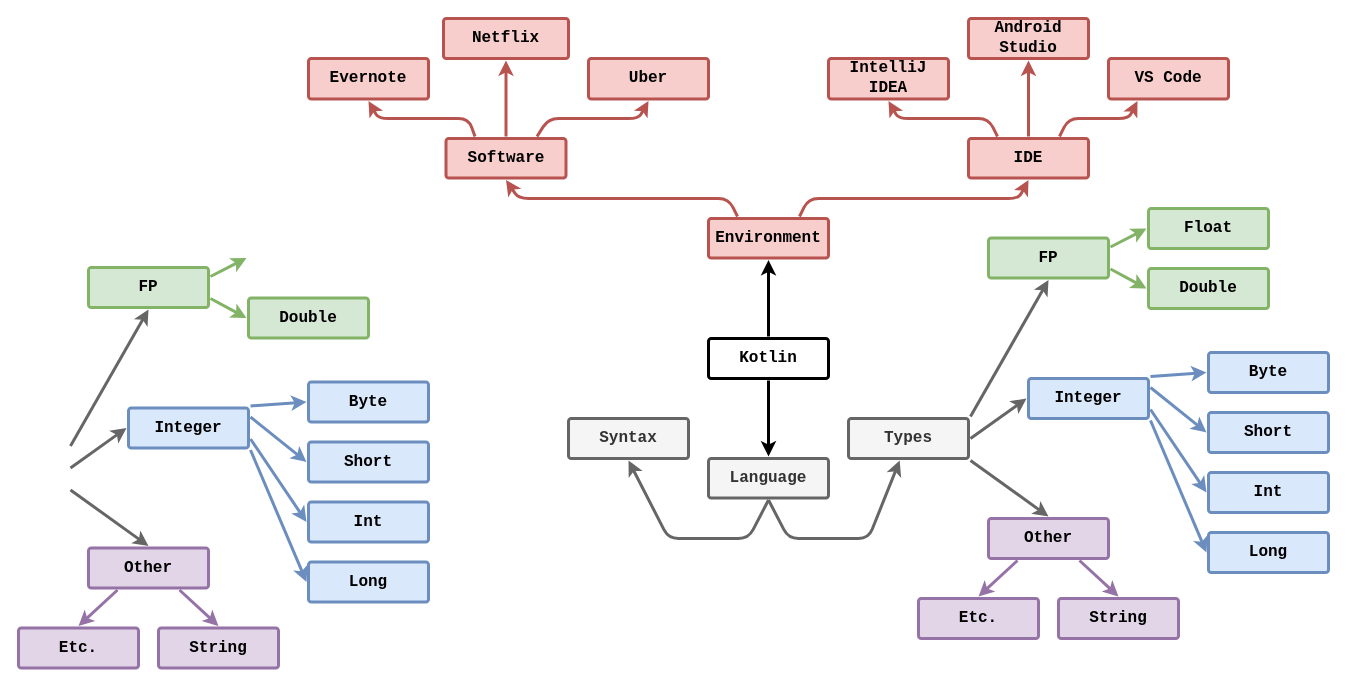
This is Диаграмма без названия.drawio from IvanKr08/Root-Certificate-Updater, a draw.io file, before an edit. Source tidied: cells renumbered, new cells numbered last; positions are measured from the earlier drawing's top-left corner, leaving out a move shared by most shapes. Both pictures are drawn from the tidied source at 100%, with x=0, y=0 at pixel (18, 18).
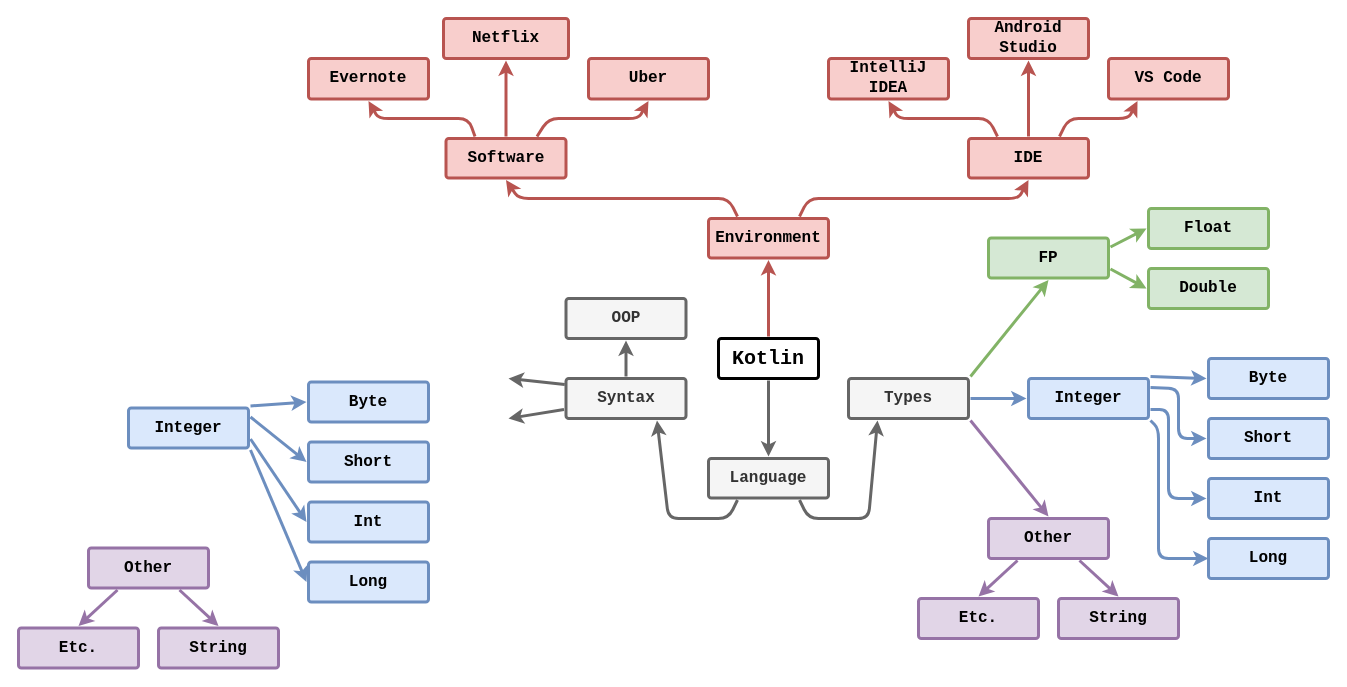
Above is the later version.

Unchanged cells that the change refers to:
```xml
<mxCell id="28" value="FP" style="rounded=1;whiteSpace=wrap;html=1;shadow=0;labelBackgroundColor=none;strokeColor=#82b366;strokeWidth=3;fillColor=#d5e8d4;fontFamily=Courier New;fontSize=16;align=center;spacing=5;fontStyle=1;arcSize=7;perimeterSpacing=2;" parent="1" vertex="1">
  <mxGeometry x="970" y="219.5" width="120" height="40" as="geometry" />
</mxCell>
<mxCell id="29" value="Integer" style="rounded=1;whiteSpace=wrap;html=1;shadow=0;labelBackgroundColor=none;strokeColor=#6c8ebf;strokeWidth=3;fillColor=#dae8fc;fontFamily=Courier New;fontSize=16;align=center;spacing=5;fontStyle=1;arcSize=7;perimeterSpacing=2;" parent="1" vertex="1">
  <mxGeometry x="1010" y="360" width="120" height="40" as="geometry" />
</mxCell>
<mxCell id="30" value="Other" style="rounded=1;whiteSpace=wrap;html=1;shadow=0;labelBackgroundColor=none;strokeColor=#9673a6;strokeWidth=3;fillColor=#e1d5e7;fontFamily=Courier New;fontSize=16;align=center;spacing=5;fontStyle=1;arcSize=7;perimeterSpacing=2;" parent="1" vertex="1">
  <mxGeometry x="970" y="500" width="120" height="40" as="geometry" />
</mxCell>
<mxCell id="53" value="Integer" style="rounded=1;whiteSpace=wrap;html=1;shadow=0;labelBackgroundColor=none;strokeColor=#6c8ebf;strokeWidth=3;fillColor=#dae8fc;fontFamily=Courier New;fontSize=16;align=center;spacing=5;fontStyle=1;arcSize=7;perimeterSpacing=2;" parent="1" vertex="1">
  <mxGeometry x="110" y="389.5" width="120" height="40" as="geometry" />
</mxCell>
<mxCell id="54" value="Other" style="rounded=1;whiteSpace=wrap;html=1;shadow=0;labelBackgroundColor=none;strokeColor=#9673a6;strokeWidth=3;fillColor=#e1d5e7;fontFamily=Courier New;fontSize=16;align=center;spacing=5;fontStyle=1;arcSize=7;perimeterSpacing=2;" parent="1" vertex="1">
  <mxGeometry x="70" y="529.5" width="120" height="40" as="geometry" />
</mxCell>
```

The edit, as a diff of the source:
```diff
@@
-    <mxCell id="3" style="edgeStyle=none;rounded=1;jumpStyle=none;html=1;shadow=0;labelBackgroundColor=none;startArrow=none;startFill=0;endArrow=classic;endFill=1;jettySize=auto;strokeColor=#666666;strokeWidth=3;fontFamily=Courier New;fontSize=16;fontColor=default;spacing=5;fontStyle=1;exitX=0.5;exitY=1;exitDx=0;exitDy=0;fillColor=#f5f5f5;" parent="1" edge="1" source="27" target="13">
+    <mxCell id="3" style="edgeStyle=none;rounded=1;jumpStyle=none;html=1;shadow=0;labelBackgroundColor=none;startArrow=none;startFill=0;endArrow=classic;endFill=1;jettySize=auto;strokeColor=#666666;strokeWidth=3;fontFamily=Courier New;fontSize=16;fontColor=default;spacing=5;fontStyle=1;fillColor=#f5f5f5;entryX=0.25;entryY=1;entryDx=0;entryDy=0;exitX=0.75;exitY=1;exitDx=0;exitDy=0;" parent="1" edge="1" source="27" target="13">
       <mxGeometry relative="1" as="geometry">
         <Array as="points">
-          <mxPoint x="770" y="520" />
-          <mxPoint x="850" y="520" />
+          <mxPoint x="790" y="500" />
+          <mxPoint x="850" y="500" />
         </Array>
       </mxGeometry>
     </mxCell>
-    <mxCell id="4" style="edgeStyle=none;rounded=1;jumpStyle=none;html=1;shadow=0;labelBackgroundColor=none;startArrow=none;startFill=0;endArrow=classic;endFill=1;jettySize=auto;strokeWidth=3;fontFamily=Courier New;fontSize=16;fontColor=default;spacing=5;fontStyle=1;entryX=0.5;entryY=0;entryDx=0;entryDy=0;" parent="1" edge="1" source="5" target="27">
+    <mxCell id="4" style="edgeStyle=none;rounded=1;jumpStyle=none;html=1;shadow=0;labelBackgroundColor=none;startArrow=none;startFill=0;endArrow=classic;endFill=1;jettySize=auto;strokeWidth=3;fontFamily=Courier New;fontSize=16;fontColor=default;spacing=5;fontStyle=1;entryX=0.5;entryY=0;entryDx=0;entryDy=0;fillColor=#f5f5f5;strokeColor=#666666;" parent="1" edge="1" source="5" target="27">
       <mxGeometry relative="1" as="geometry" />
     </mxCell>
-    <mxCell id="5" value="Kotlin" style="rounded=1;whiteSpace=wrap;html=1;shadow=0;labelBackgroundColor=none;strokeWidth=3;fontFamily=Courier New;fontSize=16;align=center;fontStyle=1;spacing=5;arcSize=7;perimeterSpacing=2;" parent="1" vertex="1">
-      <mxGeometry x="690" y="320" width="120" height="40" as="geometry" />
+    <mxCell id="5" value="Kotlin" style="rounded=1;whiteSpace=wrap;html=1;shadow=0;labelBackgroundColor=none;strokeWidth=3;fontFamily=Courier New;fontSize=20;align=center;fontStyle=1;spacing=5;arcSize=7;perimeterSpacing=2;" parent="1" vertex="1">
+      <mxGeometry x="700" y="320" width="100" height="40" as="geometry" />
     </mxCell>
@@
     <mxCell id="13" value="Types" style="rounded=1;whiteSpace=wrap;html=1;shadow=0;labelBackgroundColor=none;strokeWidth=3;fontFamily=Courier New;fontSize=16;align=center;spacing=5;fontStyle=1;arcSize=7;perimeterSpacing=2;fillColor=#f5f5f5;strokeColor=#666666;fontColor=#333333;" parent="1" vertex="1">
-      <mxGeometry x="830" y="400" width="120" height="40" as="geometry" />
+      <mxGeometry x="830" y="360" width="120" height="40" as="geometry" />
     </mxCell>
-    <mxCell id="14" style="edgeStyle=none;rounded=1;jumpStyle=none;html=1;shadow=0;labelBackgroundColor=none;startArrow=none;startFill=0;jettySize=auto;strokeWidth=3;fontFamily=Courier New;fontSize=16;fontColor=default;spacing=5;fontStyle=1;exitX=1;exitY=1;exitDx=0;exitDy=0;entryX=0.5;entryY=0;entryDx=0;entryDy=0;fillColor=#f5f5f5;strokeColor=#666666;" parent="1" edge="1" source="13" target="30">
+    <mxCell id="14" style="edgeStyle=none;rounded=1;jumpStyle=none;html=1;shadow=0;labelBackgroundColor=none;startArrow=none;startFill=0;jettySize=auto;strokeWidth=3;fontFamily=Courier New;fontSize=16;fontColor=default;spacing=5;fontStyle=1;exitX=1;exitY=1;exitDx=0;exitDy=0;entryX=0.5;entryY=0;entryDx=0;entryDy=0;fillColor=#e1d5e7;strokeColor=#9673a6;" parent="1" edge="1" source="13" target="30">
       <mxGeometry relative="1" as="geometry" />
     </mxCell>
-    <mxCell id="15" style="edgeStyle=none;rounded=1;jumpStyle=none;html=1;shadow=0;labelBackgroundColor=none;startArrow=none;startFill=0;jettySize=auto;strokeWidth=3;fontFamily=Courier New;fontSize=16;fontColor=default;spacing=5;fontStyle=1;exitX=1;exitY=0.5;exitDx=0;exitDy=0;entryX=0;entryY=0.5;entryDx=0;entryDy=0;fillColor=#f5f5f5;strokeColor=#666666;" parent="1" edge="1" source="13" target="29">
+    <mxCell id="15" style="edgeStyle=none;rounded=1;jumpStyle=none;html=1;shadow=0;labelBackgroundColor=none;startArrow=none;startFill=0;jettySize=auto;strokeWidth=3;fontFamily=Courier New;fontSize=16;fontColor=default;spacing=5;fontStyle=1;exitX=1;exitY=0.5;exitDx=0;exitDy=0;entryX=0;entryY=0.5;entryDx=0;entryDy=0;fillColor=#dae8fc;strokeColor=#6c8ebf;" parent="1" edge="1" source="13" target="29">
       <mxGeometry relative="1" as="geometry" />
     </mxCell>
-    <mxCell id="16" style="edgeStyle=none;rounded=1;jumpStyle=none;html=1;shadow=0;labelBackgroundColor=none;startArrow=none;startFill=0;jettySize=auto;strokeWidth=3;fontFamily=Courier New;fontSize=16;fontColor=default;spacing=5;fontStyle=1;entryX=0.5;entryY=1;entryDx=0;entryDy=0;exitX=1;exitY=0;exitDx=0;exitDy=0;fillColor=#f5f5f5;strokeColor=#666666;" parent="1" edge="1" source="13" target="28">
+    <mxCell id="16" style="edgeStyle=none;rounded=1;jumpStyle=none;html=1;shadow=0;labelBackgroundColor=none;startArrow=none;startFill=0;jettySize=auto;strokeWidth=3;fontFamily=Courier New;fontSize=16;fontColor=default;spacing=5;fontStyle=1;entryX=0.5;entryY=1;entryDx=0;entryDy=0;exitX=1;exitY=0;exitDx=0;exitDy=0;fillColor=#d5e8d4;strokeColor=#82b366;" parent="1" edge="1" source="13" target="28">
       <mxGeometry relative="1" as="geometry" />
     </mxCell>
-    <mxCell id="17" style="edgeStyle=none;rounded=1;jumpStyle=none;html=1;shadow=0;labelBackgroundColor=none;startArrow=none;startFill=0;endArrow=classic;endFill=1;jettySize=auto;strokeWidth=3;fontFamily=Courier New;fontSize=16;fontColor=default;spacing=5;fontStyle=1;exitX=0.5;exitY=0;exitDx=0;exitDy=0;entryX=0.5;entryY=1;entryDx=0;entryDy=0;" parent="1" edge="1" source="5" target="18">
+    <mxCell id="17" style="edgeStyle=none;rounded=1;jumpStyle=none;html=1;shadow=0;labelBackgroundColor=none;startArrow=none;startFill=0;endArrow=classic;endFill=1;jettySize=auto;strokeWidth=3;fontFamily=Courier New;fontSize=16;fontColor=default;spacing=5;fontStyle=1;exitX=0.5;exitY=0;exitDx=0;exitDy=0;entryX=0.5;entryY=1;entryDx=0;entryDy=0;fillColor=#f8cecc;strokeColor=#b85450;" parent="1" edge="1" source="5" target="18">
       <mxGeometry relative="1" as="geometry" />
     </mxCell>
-    <mxCell id="18" value="Environment" style="rounded=1;whiteSpace=wrap;html=1;shadow=0;labelBackgroundColor=none;strokeColor=#b85450;strokeWidth=3;fillColor=#f8cecc;fontFamily=Courier New;fontSize=16;align=center;spacing=5;fontStyle=1;arcSize=7;perimeterSpacing=2;" parent="1" vertex="1">
+    <mxCell id="18" value="Environment" style="rounded=1;whiteSpace=wrap;html=1;shadow=0;labelBackgroundColor=none;strokeWidth=3;fontFamily=Courier New;fontSize=16;align=center;spacing=5;fontStyle=1;arcSize=7;perimeterSpacing=2;fillColor=#f8cecc;strokeColor=#b85450;" parent="1" vertex="1">
       <mxGeometry x="690" y="200" width="120" height="39.5" as="geometry" />
     </mxCell>
@@
-    <mxCell id="27" value="Language" style="rounded=1;whiteSpace=wrap;html=1;shadow=0;labelBackgroundColor=none;strokeColor=#666666;strokeWidth=3;fillColor=#f5f5f5;fontFamily=Courier New;fontSize=16;fontColor=#333333;align=center;spacing=5;fontStyle=1;arcSize=7;perimeterSpacing=2;" parent="1" vertex="1">
+    <mxCell id="27" value="Language" style="rounded=1;whiteSpace=wrap;html=1;shadow=0;labelBackgroundColor=none;strokeWidth=3;fontFamily=Courier New;fontSize=16;align=center;spacing=5;fontStyle=1;arcSize=7;perimeterSpacing=2;fillColor=#f5f5f5;fontColor=#333333;strokeColor=#666666;" parent="1" vertex="1">
       <mxGeometry x="690" y="440" width="120" height="39.5" as="geometry" />
     </mxCell>
@@
     <mxCell id="35" value="Short" style="rounded=1;whiteSpace=wrap;html=1;shadow=0;labelBackgroundColor=none;strokeColor=#6c8ebf;strokeWidth=3;fillColor=#dae8fc;fontFamily=Courier New;fontSize=16;align=center;spacing=5;fontStyle=1;arcSize=7;perimeterSpacing=2;" parent="1" vertex="1">
-      <mxGeometry x="1190" y="394" width="120" height="40" as="geometry" />
+      <mxGeometry x="1190" y="400" width="120" height="40" as="geometry" />
     </mxCell>
     <mxCell id="36" value="Byte" style="rounded=1;whiteSpace=wrap;html=1;shadow=0;labelBackgroundColor=none;strokeColor=#6c8ebf;strokeWidth=3;fillColor=#dae8fc;fontFamily=Courier New;fontSize=16;align=center;spacing=5;fontStyle=1;arcSize=7;perimeterSpacing=2;" parent="1" vertex="1">
-      <mxGeometry x="1190" y="334" width="120" height="40" as="geometry" />
+      <mxGeometry x="1190" y="340" width="120" height="40" as="geometry" />
     </mxCell>
     <mxCell id="37" style="edgeStyle=none;rounded=1;jumpStyle=none;html=1;shadow=0;labelBackgroundColor=none;startArrow=none;startFill=0;jettySize=auto;strokeColor=#6c8ebf;strokeWidth=3;fontFamily=Courier New;fontSize=16;fontColor=default;spacing=5;fontStyle=1;fillColor=#dae8fc;exitX=1;exitY=0.25;exitDx=0;exitDy=0;entryX=0;entryY=0.5;entryDx=0;entryDy=0;" parent="1" edge="1" source="29" target="35">
-      <mxGeometry relative="1" as="geometry" />
+      <mxGeometry relative="1" as="geometry">
+        <Array as="points">
+          <mxPoint x="1160" y="370" />
+          <mxPoint x="1160" y="420" />
+        </Array>
+      </mxGeometry>
     </mxCell>
@@
     <mxCell id="39" value="Long" style="rounded=1;whiteSpace=wrap;html=1;shadow=0;labelBackgroundColor=none;strokeColor=#6c8ebf;strokeWidth=3;fillColor=#dae8fc;fontFamily=Courier New;fontSize=16;align=center;spacing=5;fontStyle=1;arcSize=7;perimeterSpacing=2;" parent="1" vertex="1">
-      <mxGeometry x="1190" y="514" width="120" height="40" as="geometry" />
+      <mxGeometry x="1190" y="520" width="120" height="40" as="geometry" />
     </mxCell>
     <mxCell id="40" value="Int" style="rounded=1;whiteSpace=wrap;html=1;shadow=0;labelBackgroundColor=none;strokeColor=#6c8ebf;strokeWidth=3;fillColor=#dae8fc;fontFamily=Courier New;fontSize=16;align=center;spacing=5;fontStyle=1;arcSize=7;perimeterSpacing=2;" parent="1" vertex="1">
-      <mxGeometry x="1190" y="454" width="120" height="40" as="geometry" />
+      <mxGeometry x="1190" y="460" width="120" height="40" as="geometry" />
     </mxCell>
-    <mxCell id="41" style="edgeStyle=none;rounded=1;jumpStyle=none;html=1;shadow=0;labelBackgroundColor=none;startArrow=none;startFill=0;jettySize=auto;strokeColor=#6c8ebf;strokeWidth=3;fontFamily=Courier New;fontSize=16;fontColor=default;spacing=5;fontStyle=1;fillColor=#dae8fc;exitX=1;exitY=1;exitDx=0;exitDy=0;entryX=0;entryY=0.5;entryDx=0;entryDy=0;" parent="1" edge="1" source="29" target="39">
-      <mxGeometry relative="1" as="geometry" />
+    <mxCell id="41" style="edgeStyle=none;rounded=1;jumpStyle=none;html=1;shadow=0;labelBackgroundColor=none;startArrow=none;startFill=0;jettySize=auto;strokeColor=#6c8ebf;strokeWidth=3;fontFamily=Courier New;fontSize=16;fontColor=default;spacing=5;fontStyle=1;fillColor=#dae8fc;exitX=1;exitY=1;exitDx=0;exitDy=0;entryX=0.016;entryY=0.5;entryDx=0;entryDy=0;entryPerimeter=0;" parent="1" edge="1" source="29" target="39">
+      <mxGeometry relative="1" as="geometry">
+        <Array as="points">
+          <mxPoint x="1140" y="410" />
+          <mxPoint x="1140" y="540" />
+        </Array>
+      </mxGeometry>
     </mxCell>
     <mxCell id="42" style="edgeStyle=none;rounded=1;jumpStyle=none;html=1;shadow=0;labelBackgroundColor=none;startArrow=none;startFill=0;jettySize=auto;strokeColor=#6c8ebf;strokeWidth=3;fontFamily=Courier New;fontSize=16;fontColor=default;spacing=5;fontStyle=1;fillColor=#dae8fc;exitX=1;exitY=0.75;exitDx=0;exitDy=0;entryX=0;entryY=0.5;entryDx=0;entryDy=0;" parent="1" edge="1" source="29" target="40">
-      <mxGeometry relative="1" as="geometry" />
+      <mxGeometry relative="1" as="geometry">
+        <Array as="points">
+          <mxPoint x="1150" y="391" />
+          <mxPoint x="1150" y="420" />
+          <mxPoint x="1150" y="480" />
+        </Array>
+      </mxGeometry>
     </mxCell>
@@
-    <mxCell id="47" value="Syntax" style="rounded=1;whiteSpace=wrap;html=1;shadow=0;labelBackgroundColor=none;strokeColor=#666666;strokeWidth=3;fillColor=#f5f5f5;fontFamily=Courier New;fontSize=16;fontColor=#333333;align=center;spacing=5;fontStyle=1;arcSize=7;perimeterSpacing=2;" parent="1" vertex="1">
-      <mxGeometry x="550" y="400" width="120" height="40" as="geometry" />
+    <mxCell id="47" value="Syntax" style="rounded=1;whiteSpace=wrap;html=1;shadow=0;labelBackgroundColor=none;strokeColor=#666666;strokeWidth=3;fillColor=#f5f5f5;fontFamily=Courier New;fontSize=16;align=center;spacing=5;fontStyle=1;arcSize=7;perimeterSpacing=2;fontColor=#333333;" parent="1" vertex="1">
+      <mxGeometry x="547.5" y="360" width="120" height="40" as="geometry" />
     </mxCell>
-    <mxCell id="48" style="edgeStyle=none;rounded=1;jumpStyle=none;html=1;shadow=0;labelBackgroundColor=none;startArrow=none;startFill=0;endArrow=classic;endFill=1;jettySize=auto;strokeColor=#666666;strokeWidth=3;fontFamily=Courier New;fontSize=16;fontColor=default;spacing=5;fontStyle=1;exitX=0.5;exitY=1;exitDx=0;exitDy=0;entryX=0.5;entryY=1;entryDx=0;entryDy=0;fillColor=#f5f5f5;" parent="1" edge="1" source="27" target="47">
+    <mxCell id="48" style="edgeStyle=none;rounded=1;jumpStyle=none;html=1;shadow=0;labelBackgroundColor=none;startArrow=none;startFill=0;endArrow=classic;endFill=1;jettySize=auto;strokeColor=#666666;strokeWidth=3;fontFamily=Courier New;fontSize=16;fontColor=default;spacing=5;fontStyle=1;entryX=0.75;entryY=1;entryDx=0;entryDy=0;fillColor=#f5f5f5;exitX=0.25;exitY=1;exitDx=0;exitDy=0;" parent="1" edge="1" source="27" target="47">
       <mxGeometry relative="1" as="geometry">
         <Array as="points">
-          <mxPoint x="730" y="520" />
-          <mxPoint x="650" y="520" />
+          <mxPoint x="710" y="500" />
+          <mxPoint x="650" y="500" />
         </Array>
       </mxGeometry>
     </mxCell>
-    <mxCell id="49" style="edgeStyle=none;rounded=1;jumpStyle=none;html=1;shadow=0;labelBackgroundColor=none;startArrow=none;startFill=0;jettySize=auto;strokeWidth=3;fontFamily=Courier New;fontSize=16;fontColor=default;spacing=5;fontStyle=1;exitX=1;exitY=1;exitDx=0;exitDy=0;entryX=0.5;entryY=0;entryDx=0;entryDy=0;fillColor=#f5f5f5;strokeColor=#666666;" parent="1" edge="1" target="54">
+    <mxCell id="49" style="edgeStyle=none;rounded=1;jumpStyle=none;html=1;shadow=0;labelBackgroundColor=none;startArrow=none;startFill=0;jettySize=auto;strokeWidth=3;fontFamily=Courier New;fontSize=16;fontColor=default;spacing=5;fontStyle=1;exitX=0;exitY=0.75;exitDx=0;exitDy=0;fillColor=#f5f5f5;strokeColor=#666666;" parent="1" edge="1" source="47">
       <mxGeometry relative="1" as="geometry">
-        <mxPoint x="52" y="471.5" as="sourcePoint" />
+        <mxPoint x="490" y="400" as="targetPoint" />
       </mxGeometry>
     </mxCell>
-    <mxCell id="50" style="edgeStyle=none;rounded=1;jumpStyle=none;html=1;shadow=0;labelBackgroundColor=none;startArrow=none;startFill=0;jettySize=auto;strokeWidth=3;fontFamily=Courier New;fontSize=16;fontColor=default;spacing=5;fontStyle=1;exitX=1;exitY=0.5;exitDx=0;exitDy=0;entryX=0;entryY=0.5;entryDx=0;entryDy=0;fillColor=#f5f5f5;strokeColor=#666666;" parent="1" edge="1" target="53">
+    <mxCell id="50" style="edgeStyle=none;rounded=1;jumpStyle=none;html=1;shadow=0;labelBackgroundColor=none;startArrow=none;startFill=0;jettySize=auto;strokeWidth=3;fontFamily=Courier New;fontSize=16;fontColor=default;spacing=5;fontStyle=1;exitX=0.006;exitY=0.182;exitDx=0;exitDy=0;fillColor=#f5f5f5;strokeColor=#666666;exitPerimeter=0;" parent="1" edge="1" source="47">
       <mxGeometry relative="1" as="geometry">
-        <mxPoint x="52" y="449.5" as="sourcePoint" />
+        <mxPoint x="490" y="360" as="targetPoint" />
       </mxGeometry>
     </mxCell>
-    <mxCell id="51" style="edgeStyle=none;rounded=1;jumpStyle=none;html=1;shadow=0;labelBackgroundColor=none;startArrow=none;startFill=0;jettySize=auto;strokeWidth=3;fontFamily=Courier New;fontSize=16;fontColor=default;spacing=5;fontStyle=1;entryX=0.5;entryY=1;entryDx=0;entryDy=0;exitX=1;exitY=0;exitDx=0;exitDy=0;fillColor=#f5f5f5;strokeColor=#666666;" parent="1" edge="1" target="52">
-      <mxGeometry relative="1" as="geometry">
-        <mxPoint x="52" y="427.5" as="sourcePoint" />
-      </mxGeometry>
+    <mxCell id="51" style="edgeStyle=none;rounded=1;jumpStyle=none;html=1;shadow=0;labelBackgroundColor=none;startArrow=none;startFill=0;jettySize=auto;strokeWidth=3;fontFamily=Courier New;fontSize=16;fontColor=default;spacing=5;fontStyle=1;entryX=0.5;entryY=1;entryDx=0;entryDy=0;exitX=0.5;exitY=0;exitDx=0;exitDy=0;fillColor=#f5f5f5;strokeColor=#666666;" parent="1" edge="1" source="47" target="52">
+      <mxGeometry relative="1" as="geometry" />
     </mxCell>
-    <mxCell id="52" value="FP" style="rounded=1;whiteSpace=wrap;html=1;shadow=0;labelBackgroundColor=none;strokeColor=#82b366;strokeWidth=3;fillColor=#d5e8d4;fontFamily=Courier New;fontSize=16;align=center;spacing=5;fontStyle=1;arcSize=7;perimeterSpacing=2;" parent="1" vertex="1">
-      <mxGeometry x="70" y="249" width="120" height="40" as="geometry" />
+    <mxCell id="52" value="OOP" style="rounded=1;whiteSpace=wrap;html=1;shadow=0;labelBackgroundColor=none;strokeColor=#666666;strokeWidth=3;fillColor=#f5f5f5;fontFamily=Courier New;fontSize=16;align=center;spacing=5;fontStyle=1;arcSize=7;perimeterSpacing=2;fontColor=#333333;" parent="1" vertex="1">
+      <mxGeometry x="547.5" y="280" width="120" height="40" as="geometry" />
     </mxCell>
@@
-    <mxCell id="55" value="Double" style="rounded=1;whiteSpace=wrap;html=1;shadow=0;labelBackgroundColor=none;strokeColor=#82b366;strokeWidth=3;fillColor=#d5e8d4;fontFamily=Courier New;fontSize=16;align=center;spacing=5;fontStyle=1;arcSize=7;perimeterSpacing=2;" parent="1" vertex="1">
-      <mxGeometry x="230" y="279.5" width="120" height="40" as="geometry" />
-    </mxCell>
-    <mxCell id="56" style="edgeStyle=none;rounded=1;jumpStyle=none;html=1;shadow=0;labelBackgroundColor=none;startArrow=none;startFill=0;jettySize=auto;strokeColor=#82b366;strokeWidth=3;fontFamily=Courier New;fontSize=16;fontColor=default;spacing=5;fontStyle=1;fillColor=#d5e8d4;exitX=1;exitY=0.75;exitDx=0;exitDy=0;entryX=0;entryY=0.5;entryDx=0;entryDy=0;" parent="1" edge="1" source="52" target="55">
-      <mxGeometry relative="1" as="geometry" />
-    </mxCell>
-    <mxCell id="57" style="edgeStyle=none;rounded=1;jumpStyle=none;html=1;shadow=0;labelBackgroundColor=none;startArrow=none;startFill=0;jettySize=auto;strokeColor=#82b366;strokeWidth=3;fontFamily=Courier New;fontSize=16;fontColor=default;spacing=5;fontStyle=1;fillColor=#d5e8d4;exitX=1;exitY=0.25;exitDx=0;exitDy=0;entryX=0;entryY=0.5;entryDx=0;entryDy=0;" parent="1" edge="1" source="52">
-      <mxGeometry relative="1" as="geometry">
-        <mxPoint x="228" y="239.5" as="targetPoint" />
-      </mxGeometry>
-    </mxCell>
```
